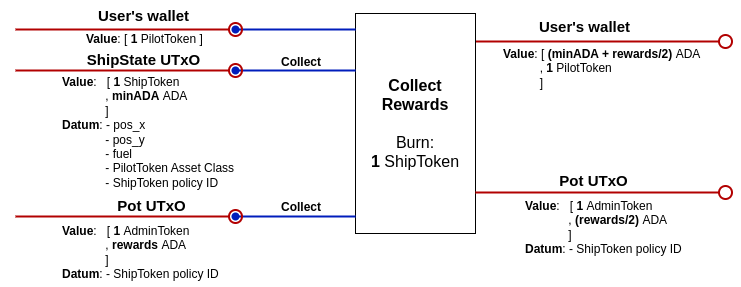
Before: mvp-design/img/collect.png, a diagram exported from draw.io (txpipe/asteria). Source tidied: cells renumbered, new cells last; positions are measured from the earlier drawing's top-left corner, leaving out a move shared by most shapes.
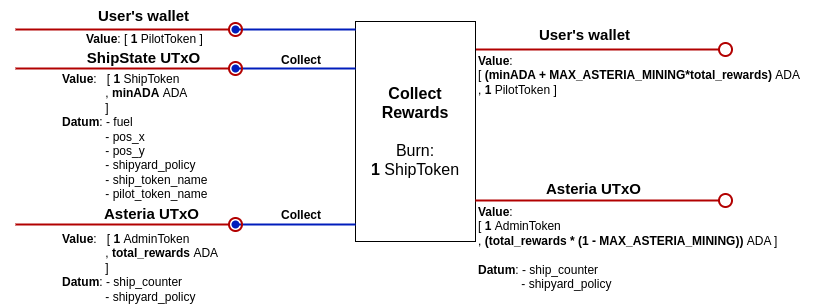
The same diagram one commit later.

Diff of the diagram source:
```diff
@@ -24,4 +24,4 @@
       <mxGeometry relative="1" as="geometry">
-        <mxPoint x="340" y="70" as="sourcePoint" />
-        <mxPoint x="220" y="70" as="targetPoint" />
+        <mxPoint x="340" y="60" as="sourcePoint" />
+        <mxPoint x="220" y="60" as="targetPoint" />
       </mxGeometry>
@@ -29,3 +29,3 @@
     <mxCell id="8" value="&lt;span style=&quot;font-size: 15px;&quot;&gt;&lt;b&gt;ShipState UTxO&lt;/b&gt;&lt;/span&gt;" style="text;html=1;align=center;verticalAlign=middle;strokeColor=none;fillColor=none;" parent="1" vertex="1">
-      <mxGeometry x="58" y="44" width="140" height="30" as="geometry" />
+      <mxGeometry x="58" y="34" width="140" height="30" as="geometry" />
     </mxCell>
@@ -33,11 +33,8 @@
       <mxGeometry relative="1" as="geometry">
-        <mxPoint y="70" as="sourcePoint" />
-        <mxPoint x="220" y="70" as="targetPoint" />
+        <mxPoint y="60" as="sourcePoint" />
+        <mxPoint x="220" y="60" as="targetPoint" />
       </mxGeometry>
     </mxCell>
-    <mxCell id="10" value="&lt;div style=&quot;caret-color: rgb(0, 0, 0); color: rgb(0, 0, 0); font-family: Helvetica; font-size: 12px; font-style: normal; font-variant-caps: normal; letter-spacing: normal; text-align: left; text-indent: 0px; text-transform: none; word-spacing: 0px; -webkit-text-stroke-width: 0px; text-decoration: none;&quot;&gt;&lt;span style=&quot;font-weight: 400;&quot;&gt;&lt;b&gt;Value&lt;/b&gt;: &amp;nbsp; [ &lt;/span&gt;&lt;b&gt;1&lt;/b&gt;&lt;span style=&quot;font-weight: 400;&quot;&gt;&amp;nbsp;Ship&lt;/span&gt;Token&lt;/div&gt;&lt;div style=&quot;caret-color: rgb(0, 0, 0); color: rgb(0, 0, 0); font-family: Helvetica; font-size: 12px; font-style: normal; font-variant-caps: normal; letter-spacing: normal; text-align: left; text-indent: 0px; text-transform: none; word-spacing: 0px; -webkit-text-stroke-width: 0px; text-decoration: none;&quot;&gt;&lt;span style=&quot;font-weight: 400;&quot;&gt;&lt;span style=&quot;white-space: pre;&quot;&gt;&#9;&lt;/span&gt;&amp;nbsp; &amp;nbsp; &amp;nbsp;, &lt;/span&gt;&lt;b&gt;minADA&lt;/b&gt;&amp;nbsp;ADA&lt;/div&gt;&lt;div style=&quot;caret-color: rgb(0, 0, 0); color: rgb(0, 0, 0); font-family: Helvetica; font-size: 12px; font-style: normal; font-variant-caps: normal; letter-spacing: normal; text-align: left; text-indent: 0px; text-transform: none; word-spacing: 0px; -webkit-text-stroke-width: 0px; text-decoration: none;&quot;&gt;&lt;span style=&quot;background-color: initial;&quot;&gt;&amp;nbsp; &amp;nbsp; &amp;nbsp; &amp;nbsp; &amp;nbsp; &amp;nbsp; &amp;nbsp;]&lt;/span&gt;&lt;/div&gt;&lt;div style=&quot;caret-color: rgb(0, 0, 0); color: rgb(0, 0, 0); font-family: Helvetica; font-size: 12px; font-style: normal; font-variant-caps: normal; letter-spacing: normal; text-align: left; text-indent: 0px; text-transform: none; word-spacing: 0px; -webkit-text-stroke-width: 0px; text-decoration: none;&quot;&gt;&lt;span style=&quot;background-color: initial;&quot;&gt;&lt;b&gt;Datum&lt;/b&gt;: - pos_x&lt;/span&gt;&lt;/div&gt;&lt;div style=&quot;caret-color: rgb(0, 0, 0); color: rgb(0, 0, 0); font-family: Helvetica; font-size: 12px; font-style: normal; font-variant-caps: normal; letter-spacing: normal; text-align: left; text-indent: 0px; text-transform: none; word-spacing: 0px; -webkit-text-stroke-width: 0px; text-decoration: none;&quot;&gt;&lt;span style=&quot;background-color: initial;&quot;&gt;&lt;span style=&quot;white-space: pre;&quot;&gt;&#9;&lt;/span&gt;&amp;nbsp; &amp;nbsp; &amp;nbsp;- pos_y&lt;br&gt;&lt;/span&gt;&lt;/div&gt;&lt;div style=&quot;caret-color: rgb(0, 0, 0); color: rgb(0, 0, 0); font-family: Helvetica; font-size: 12px; font-style: normal; font-variant-caps: normal; letter-spacing: normal; text-align: left; text-indent: 0px; text-transform: none; word-spacing: 0px; -webkit-text-stroke-width: 0px; text-decoration: none;&quot;&gt;&lt;span style=&quot;background-color: initial;&quot;&gt;&lt;span style=&quot;white-space: pre;&quot;&gt;&#9;&lt;/span&gt;&amp;nbsp; &amp;nbsp; &amp;nbsp;- fuel&lt;/span&gt;&lt;/div&gt;&lt;div style=&quot;caret-color: rgb(0, 0, 0); color: rgb(0, 0, 0); font-family: Helvetica; font-size: 12px; font-style: normal; font-variant-caps: normal; letter-spacing: normal; text-align: left; text-indent: 0px; text-transform: none; word-spacing: 0px; -webkit-text-stroke-width: 0px; text-decoration: none;&quot;&gt;&lt;span style=&quot;background-color: initial;&quot;&gt;&lt;span style=&quot;white-space: pre;&quot;&gt;&#9;&lt;/span&gt;&amp;nbsp; &amp;nbsp; &amp;nbsp;- PilotToken Asset Class&lt;/span&gt;&lt;/div&gt;&lt;div style=&quot;caret-color: rgb(0, 0, 0); color: rgb(0, 0, 0); font-family: Helvetica; font-size: 12px; font-style: normal; font-variant-caps: normal; letter-spacing: normal; text-align: left; text-indent: 0px; text-transform: none; word-spacing: 0px; -webkit-text-stroke-width: 0px; text-decoration: none;&quot;&gt;&lt;span style=&quot;background-color: initial;&quot;&gt;&amp;nbsp; &amp;nbsp; &amp;nbsp; &amp;nbsp; &amp;nbsp; &amp;nbsp; &amp;nbsp;&lt;/span&gt;&lt;span style=&quot;background-color: initial;&quot;&gt;- ShipToken policy ID&lt;/span&gt;&lt;/div&gt;" style="text;whiteSpace=wrap;html=1;fontSize=12;" parent="1" vertex="1">
-      <mxGeometry x="44.5" y="68" width="253.5" height="110" as="geometry" />
-    </mxCell>
-    <mxCell id="11" value="&lt;div style=&quot;caret-color: rgb(0, 0, 0); color: rgb(0, 0, 0); font-family: Helvetica; font-size: 12px; font-style: normal; font-variant-caps: normal; letter-spacing: normal; text-align: left; text-indent: 0px; text-transform: none; word-spacing: 0px; -webkit-text-stroke-width: 0px; text-decoration: none;&quot;&gt;&lt;div&gt;&lt;b&gt;Value&lt;/b&gt;: [ &lt;b&gt;(minADA + rewards/2) &lt;/b&gt;ADA&lt;/div&gt;&lt;div&gt;&lt;span style=&quot;background-color: initial;&quot;&gt;&lt;span style=&quot;white-space: pre;&quot;&gt;&#9;&lt;/span&gt;&amp;nbsp; &amp;nbsp;, &lt;b&gt;1 &lt;/b&gt;PilotToken&lt;/span&gt;&lt;/div&gt;&lt;div&gt;&lt;span style=&quot;background-color: initial;&quot;&gt;&amp;nbsp; &amp;nbsp; &amp;nbsp; &amp;nbsp; &amp;nbsp; &amp;nbsp;]&lt;/span&gt;&lt;/div&gt;&lt;/div&gt;" style="text;whiteSpace=wrap;html=1;fontSize=12;" parent="1" vertex="1">
-      <mxGeometry x="485.9" y="40" width="233.2" height="33" as="geometry" />
+    <mxCell id="11" value="&lt;div style=&quot;caret-color: rgb(0, 0, 0); color: rgb(0, 0, 0); font-family: Helvetica; font-size: 12px; font-style: normal; font-variant-caps: normal; letter-spacing: normal; text-indent: 0px; text-transform: none; word-spacing: 0px; -webkit-text-stroke-width: 0px; text-decoration: none;&quot;&gt;&lt;div style=&quot;&quot;&gt;&lt;b&gt;Value&lt;/b&gt;:&lt;/div&gt;&lt;div&gt;[ &lt;b&gt;(&lt;/b&gt;&lt;b style=&quot;background-color: initial;&quot;&gt;minADA + MAX_ASTERIA_MINING*total_rewards&lt;/b&gt;&lt;b style=&quot;background-color: initial;&quot;&gt;) &lt;/b&gt;&lt;span style=&quot;background-color: initial;&quot;&gt;ADA&lt;/span&gt;&lt;/div&gt;&lt;div style=&quot;&quot;&gt;&lt;span style=&quot;background-color: initial;&quot;&gt;, &lt;/span&gt;&lt;b style=&quot;background-color: initial;&quot;&gt;1 &lt;/b&gt;&lt;span style=&quot;background-color: initial;&quot;&gt;PilotToken&amp;nbsp;&lt;/span&gt;&lt;span style=&quot;background-color: initial;&quot;&gt;]&lt;/span&gt;&lt;/div&gt;&lt;/div&gt;" style="text;whiteSpace=wrap;html=1;fontSize=12;align=left;" parent="1" vertex="1">
+      <mxGeometry x="461" y="39" width="340" height="33" as="geometry" />
     </mxCell>
@@ -49,4 +46,4 @@
     </mxCell>
-    <mxCell id="13" value="&lt;span style=&quot;font-size: 15px;&quot;&gt;&lt;b&gt;Pot UTxO&lt;/b&gt;&lt;/span&gt;" style="text;html=1;align=center;verticalAlign=middle;strokeColor=none;fillColor=none;" parent="1" vertex="1">
-      <mxGeometry x="91.2" y="190" width="90" height="30" as="geometry" />
+    <mxCell id="13" value="&lt;span style=&quot;font-size: 15px;&quot;&gt;&lt;b&gt;Asteria UTxO&lt;/b&gt;&lt;/span&gt;" style="text;html=1;align=center;verticalAlign=middle;strokeColor=none;fillColor=none;" parent="1" vertex="1">
+      <mxGeometry x="76.2" y="190" width="120" height="30" as="geometry" />
     </mxCell>
@@ -67,9 +64,9 @@
     </mxCell>
-    <mxCell id="17" value="&lt;span style=&quot;font-size: 15px;&quot;&gt;&lt;b&gt;Pot UTxO&lt;/b&gt;&lt;/span&gt;" style="text;html=1;align=center;verticalAlign=middle;strokeColor=none;fillColor=none;" parent="1" vertex="1">
-      <mxGeometry x="533" y="165" width="90" height="30" as="geometry" />
+    <mxCell id="17" value="&lt;span style=&quot;font-size: 15px;&quot;&gt;&lt;b&gt;Asteria UTxO&lt;/b&gt;&lt;/span&gt;" style="text;html=1;align=center;verticalAlign=middle;strokeColor=none;fillColor=none;" parent="1" vertex="1">
+      <mxGeometry x="518" y="165" width="120" height="30" as="geometry" />
     </mxCell>
-    <mxCell id="18" value="&lt;div style=&quot;caret-color: rgb(0, 0, 0); color: rgb(0, 0, 0); font-family: Helvetica; font-size: 12px; font-style: normal; font-variant-caps: normal; letter-spacing: normal; text-align: left; text-indent: 0px; text-transform: none; word-spacing: 0px; -webkit-text-stroke-width: 0px; text-decoration: none;&quot;&gt;&lt;span style=&quot;font-weight: 400;&quot;&gt;&lt;b&gt;Value&lt;/b&gt;: &amp;nbsp; [ &lt;/span&gt;&lt;b&gt;1&lt;/b&gt;&lt;span style=&quot;font-weight: 400;&quot;&gt;&amp;nbsp;&lt;/span&gt;AdminToken&lt;br&gt;&lt;b&gt;&lt;/b&gt;&lt;span style=&quot;font-weight: 400;&quot;&gt;&amp;nbsp; &amp;nbsp; &amp;nbsp; &amp;nbsp; &amp;nbsp; &amp;nbsp; &amp;nbsp;,&amp;nbsp;&lt;/span&gt;&lt;b style=&quot;background-color: initial;&quot;&gt;(rewards/2)&amp;nbsp;&lt;/b&gt;&lt;span style=&quot;background-color: initial;&quot;&gt;ADA&lt;/span&gt;&lt;/div&gt;&lt;div style=&quot;caret-color: rgb(0, 0, 0); color: rgb(0, 0, 0); font-family: Helvetica; font-size: 12px; font-style: normal; font-variant-caps: normal; letter-spacing: normal; text-align: left; text-indent: 0px; text-transform: none; word-spacing: 0px; -webkit-text-stroke-width: 0px; text-decoration: none;&quot;&gt;&lt;span style=&quot;background-color: initial;&quot;&gt;&amp;nbsp; &amp;nbsp; &amp;nbsp; &amp;nbsp; &amp;nbsp; &amp;nbsp; &amp;nbsp;]&lt;/span&gt;&lt;/div&gt;&lt;div style=&quot;caret-color: rgb(0, 0, 0); color: rgb(0, 0, 0); font-family: Helvetica; font-size: 12px; font-style: normal; font-variant-caps: normal; letter-spacing: normal; text-align: left; text-indent: 0px; text-transform: none; word-spacing: 0px; -webkit-text-stroke-width: 0px; text-decoration: none;&quot;&gt;&lt;span style=&quot;background-color: initial;&quot;&gt;&lt;b&gt;Datum&lt;/b&gt;: &lt;/span&gt;&lt;span style=&quot;background-color: initial;&quot;&gt;- ShipToken policy ID&lt;/span&gt;&lt;/div&gt;" style="text;whiteSpace=wrap;html=1;fontSize=12;" parent="1" vertex="1">
-      <mxGeometry x="507.5" y="192" width="190" height="71" as="geometry" />
+    <mxCell id="18" value="&lt;div style=&quot;caret-color: rgb(0, 0, 0); color: rgb(0, 0, 0); font-family: Helvetica; font-size: 12px; font-style: normal; font-variant-caps: normal; letter-spacing: normal; text-align: left; text-indent: 0px; text-transform: none; word-spacing: 0px; -webkit-text-stroke-width: 0px; text-decoration: none;&quot;&gt;&lt;span style=&quot;font-weight: 400;&quot;&gt;&lt;b&gt;Value&lt;/b&gt;:&lt;/span&gt;&lt;/div&gt;&lt;div style=&quot;caret-color: rgb(0, 0, 0); color: rgb(0, 0, 0); font-family: Helvetica; font-size: 12px; font-style: normal; font-variant-caps: normal; letter-spacing: normal; text-align: left; text-indent: 0px; text-transform: none; word-spacing: 0px; -webkit-text-stroke-width: 0px; text-decoration: none;&quot;&gt;&lt;span style=&quot;background-color: initial;&quot;&gt;[ &lt;/span&gt;&lt;b style=&quot;background-color: initial;&quot;&gt;1&lt;/b&gt;&lt;span style=&quot;background-color: initial;&quot;&gt;&amp;nbsp;&lt;/span&gt;&lt;span style=&quot;background-color: initial;&quot;&gt;AdminToken&lt;/span&gt;&lt;/div&gt;&lt;div style=&quot;caret-color: rgb(0, 0, 0); color: rgb(0, 0, 0); font-family: Helvetica; font-size: 12px; font-style: normal; font-variant-caps: normal; letter-spacing: normal; text-align: left; text-indent: 0px; text-transform: none; word-spacing: 0px; -webkit-text-stroke-width: 0px; text-decoration: none;&quot;&gt;&lt;span style=&quot;font-weight: 400;&quot;&gt;,&amp;nbsp;&lt;/span&gt;&lt;b style=&quot;background-color: initial;&quot;&gt;(total_rewards * (1 - MAX_ASTERIA_MINING))&amp;nbsp;&lt;/b&gt;&lt;span style=&quot;background-color: initial;&quot;&gt;ADA ]&lt;/span&gt;&lt;/div&gt;&lt;div style=&quot;caret-color: rgb(0, 0, 0); color: rgb(0, 0, 0); font-family: Helvetica; font-size: 12px; font-style: normal; font-variant-caps: normal; letter-spacing: normal; text-align: left; text-indent: 0px; text-transform: none; word-spacing: 0px; -webkit-text-stroke-width: 0px; text-decoration: none;&quot;&gt;&lt;span style=&quot;background-color: initial;&quot;&gt;&lt;br&gt;&lt;/span&gt;&lt;/div&gt;&lt;div style=&quot;caret-color: rgb(0, 0, 0); color: rgb(0, 0, 0); font-family: Helvetica; font-size: 12px; font-style: normal; font-variant-caps: normal; letter-spacing: normal; text-align: left; text-indent: 0px; text-transform: none; word-spacing: 0px; -webkit-text-stroke-width: 0px; text-decoration: none;&quot;&gt;&lt;div&gt;&lt;span style=&quot;background-color: initial;&quot;&gt;&lt;b&gt;Datum&lt;/b&gt;: - ship_counter&lt;/span&gt;&lt;/div&gt;&lt;div&gt;&lt;span style=&quot;background-color: initial;&quot;&gt;&lt;span style=&quot;white-space: pre;&quot;&gt;&#9;&lt;/span&gt;&amp;nbsp; &amp;nbsp; &amp;nbsp;- shipyard_policy&lt;/span&gt;&lt;/div&gt;&lt;/div&gt;" style="text;whiteSpace=wrap;html=1;fontSize=12;" parent="1" vertex="1">
+      <mxGeometry x="461" y="190" width="360" height="71" as="geometry" />
     </mxCell>
-    <mxCell id="19" value="&lt;div style=&quot;caret-color: rgb(0, 0, 0); color: rgb(0, 0, 0); font-family: Helvetica; font-size: 12px; font-style: normal; font-variant-caps: normal; letter-spacing: normal; text-align: left; text-indent: 0px; text-transform: none; word-spacing: 0px; -webkit-text-stroke-width: 0px; text-decoration: none;&quot;&gt;&lt;span style=&quot;font-weight: 400;&quot;&gt;&lt;b&gt;Value&lt;/b&gt;: &amp;nbsp; [ &lt;/span&gt;&lt;b&gt;1&lt;/b&gt;&lt;span style=&quot;font-weight: 400;&quot;&gt;&amp;nbsp;&lt;/span&gt;AdminToken&lt;br&gt;&lt;b&gt;&lt;/b&gt;&lt;span style=&quot;font-weight: 400;&quot;&gt;&amp;nbsp; &amp;nbsp; &amp;nbsp; &amp;nbsp; &amp;nbsp; &amp;nbsp; &amp;nbsp;, &lt;/span&gt;&lt;b&gt;rewards&lt;/b&gt;&lt;b style=&quot;background-color: initial;&quot;&gt;&amp;nbsp;&lt;/b&gt;&lt;span style=&quot;background-color: initial;&quot;&gt;ADA&lt;/span&gt;&lt;/div&gt;&lt;div style=&quot;caret-color: rgb(0, 0, 0); color: rgb(0, 0, 0); font-family: Helvetica; font-size: 12px; font-style: normal; font-variant-caps: normal; letter-spacing: normal; text-align: left; text-indent: 0px; text-transform: none; word-spacing: 0px; -webkit-text-stroke-width: 0px; text-decoration: none;&quot;&gt;&lt;span style=&quot;background-color: initial;&quot;&gt;&amp;nbsp; &amp;nbsp; &amp;nbsp; &amp;nbsp; &amp;nbsp; &amp;nbsp; &amp;nbsp;]&lt;/span&gt;&lt;/div&gt;&lt;div style=&quot;caret-color: rgb(0, 0, 0); color: rgb(0, 0, 0); font-family: Helvetica; font-size: 12px; font-style: normal; font-variant-caps: normal; letter-spacing: normal; text-align: left; text-indent: 0px; text-transform: none; word-spacing: 0px; -webkit-text-stroke-width: 0px; text-decoration: none;&quot;&gt;&lt;span style=&quot;background-color: initial;&quot;&gt;&lt;b&gt;Datum&lt;/b&gt;: - ShipToken policy ID&lt;/span&gt;&lt;span style=&quot;background-color: initial;&quot;&gt;&amp;nbsp; &amp;nbsp; &amp;nbsp;&lt;/span&gt;&lt;/div&gt;" style="text;whiteSpace=wrap;html=1;fontSize=12;" parent="1" vertex="1">
+    <mxCell id="19" value="&lt;div style=&quot;caret-color: rgb(0, 0, 0); color: rgb(0, 0, 0); font-family: Helvetica; font-size: 12px; font-style: normal; font-variant-caps: normal; letter-spacing: normal; text-align: left; text-indent: 0px; text-transform: none; word-spacing: 0px; -webkit-text-stroke-width: 0px; text-decoration: none;&quot;&gt;&lt;span style=&quot;font-weight: 400;&quot;&gt;&lt;b&gt;Value&lt;/b&gt;: &amp;nbsp; [ &lt;/span&gt;&lt;b&gt;1&lt;/b&gt;&lt;span style=&quot;font-weight: 400;&quot;&gt;&amp;nbsp;&lt;/span&gt;AdminToken&lt;br&gt;&lt;b&gt;&lt;/b&gt;&lt;span style=&quot;font-weight: 400;&quot;&gt;&amp;nbsp; &amp;nbsp; &amp;nbsp; &amp;nbsp; &amp;nbsp; &amp;nbsp; &amp;nbsp;, &lt;/span&gt;&lt;b&gt;total_rewards&lt;/b&gt;&lt;b style=&quot;background-color: initial;&quot;&gt;&amp;nbsp;&lt;/b&gt;&lt;span style=&quot;background-color: initial;&quot;&gt;ADA&lt;/span&gt;&lt;/div&gt;&lt;div style=&quot;caret-color: rgb(0, 0, 0); color: rgb(0, 0, 0); font-family: Helvetica; font-size: 12px; font-style: normal; font-variant-caps: normal; letter-spacing: normal; text-align: left; text-indent: 0px; text-transform: none; word-spacing: 0px; -webkit-text-stroke-width: 0px; text-decoration: none;&quot;&gt;&lt;span style=&quot;background-color: initial;&quot;&gt;&amp;nbsp; &amp;nbsp; &amp;nbsp; &amp;nbsp; &amp;nbsp; &amp;nbsp; &amp;nbsp;]&lt;/span&gt;&lt;/div&gt;&lt;div style=&quot;caret-color: rgb(0, 0, 0); color: rgb(0, 0, 0); font-family: Helvetica; font-size: 12px; font-style: normal; font-variant-caps: normal; letter-spacing: normal; text-align: left; text-indent: 0px; text-transform: none; word-spacing: 0px; -webkit-text-stroke-width: 0px; text-decoration: none;&quot;&gt;&lt;span style=&quot;background-color: initial;&quot;&gt;&lt;b&gt;Datum&lt;/b&gt;: - ship_counter&lt;/span&gt;&lt;/div&gt;&lt;div style=&quot;caret-color: rgb(0, 0, 0); color: rgb(0, 0, 0); font-family: Helvetica; font-size: 12px; font-style: normal; font-variant-caps: normal; letter-spacing: normal; text-align: left; text-indent: 0px; text-transform: none; word-spacing: 0px; -webkit-text-stroke-width: 0px; text-decoration: none;&quot;&gt;&lt;span style=&quot;background-color: initial;&quot;&gt;&lt;span style=&quot;white-space: pre;&quot;&gt;&#9;&lt;/span&gt;&amp;nbsp; &amp;nbsp; &amp;nbsp;- shipyard_policy&lt;br&gt;&lt;/span&gt;&lt;/div&gt;" style="text;whiteSpace=wrap;html=1;fontSize=12;" parent="1" vertex="1">
       <mxGeometry x="44.5" y="217" width="183.5" height="70" as="geometry" />
@@ -77,3 +74,3 @@
     <mxCell id="20" value="&lt;b&gt;Collect&lt;/b&gt;" style="text;html=1;strokeColor=none;fillColor=none;align=center;verticalAlign=middle;whiteSpace=wrap;rounded=0;" parent="1" vertex="1">
-      <mxGeometry x="234" y="47" width="104" height="30" as="geometry" />
+      <mxGeometry x="234" y="37" width="104" height="30" as="geometry" />
     </mxCell>
@@ -81,4 +78,4 @@
       <mxGeometry relative="1" as="geometry">
-        <mxPoint x="340" y="29" as="sourcePoint" />
-        <mxPoint x="220" y="29" as="targetPoint" />
+        <mxPoint x="340" y="21" as="sourcePoint" />
+        <mxPoint x="220" y="21" as="targetPoint" />
       </mxGeometry>
@@ -86,3 +83,3 @@
     <mxCell id="22" value="&lt;b&gt;&lt;font style=&quot;font-size: 15px;&quot;&gt;User's wallet&lt;/font&gt;&lt;/b&gt;" style="text;html=1;align=center;verticalAlign=middle;strokeColor=none;fillColor=none;" parent="1" vertex="1">
-      <mxGeometry x="73" width="110" height="30" as="geometry" />
+      <mxGeometry x="73" y="-8" width="110" height="30" as="geometry" />
     </mxCell>
@@ -90,4 +87,4 @@
       <mxGeometry relative="1" as="geometry">
-        <mxPoint y="29" as="sourcePoint" />
-        <mxPoint x="220" y="29" as="targetPoint" />
+        <mxPoint y="21" as="sourcePoint" />
+        <mxPoint x="220" y="21" as="targetPoint" />
       </mxGeometry>
@@ -95,4 +92,7 @@
     <mxCell id="24" value="&lt;div style=&quot;caret-color: rgb(0, 0, 0); color: rgb(0, 0, 0); font-family: Helvetica; font-size: 12px; font-style: normal; font-variant-caps: normal; letter-spacing: normal; text-align: left; text-indent: 0px; text-transform: none; word-spacing: 0px; -webkit-text-stroke-width: 0px; text-decoration: none;&quot;&gt;&lt;div&gt;&lt;b&gt;Value&lt;/b&gt;: [&amp;nbsp;&lt;b style=&quot;background-color: initial;&quot;&gt;1&lt;/b&gt;&lt;span style=&quot;background-color: initial;&quot;&gt;&amp;nbsp;PilotToken&amp;nbsp;&lt;/span&gt;&lt;span style=&quot;background-color: initial;&quot;&gt;]&lt;/span&gt;&lt;/div&gt;&lt;/div&gt;" style="text;whiteSpace=wrap;html=1;fontSize=12;" parent="1" vertex="1">
-      <mxGeometry x="68.5" y="25" width="149.5" height="33" as="geometry" />
+      <mxGeometry x="68.5" y="17" width="149.5" height="33" as="geometry" />
     </mxCell>
+    <mxCell id="25" value="&lt;div style=&quot;caret-color: rgb(0, 0, 0); color: rgb(0, 0, 0); font-family: Helvetica; font-size: 12px; font-style: normal; font-variant-caps: normal; letter-spacing: normal; text-align: left; text-indent: 0px; text-transform: none; word-spacing: 0px; -webkit-text-stroke-width: 0px; text-decoration: none;&quot;&gt;&lt;span style=&quot;font-weight: 400;&quot;&gt;&lt;b&gt;Value&lt;/b&gt;: &amp;nbsp; [ &lt;/span&gt;&lt;b&gt;1&lt;/b&gt;&lt;span style=&quot;font-weight: 400;&quot;&gt;&amp;nbsp;Ship&lt;/span&gt;Token&lt;br&gt;&lt;b&gt;&lt;/b&gt;&lt;span style=&quot;font-weight: 400;&quot;&gt;&amp;nbsp; &amp;nbsp; &amp;nbsp; &amp;nbsp; &amp;nbsp; &amp;nbsp; &amp;nbsp;, &lt;/span&gt;&lt;b&gt;minADA&lt;/b&gt;&amp;nbsp;ADA&lt;/div&gt;&lt;div style=&quot;caret-color: rgb(0, 0, 0); color: rgb(0, 0, 0); font-family: Helvetica; font-size: 12px; font-style: normal; font-variant-caps: normal; letter-spacing: normal; text-align: left; text-indent: 0px; text-transform: none; word-spacing: 0px; -webkit-text-stroke-width: 0px; text-decoration: none;&quot;&gt;&lt;span style=&quot;background-color: initial;&quot;&gt;&amp;nbsp; &amp;nbsp; &amp;nbsp; &amp;nbsp; &amp;nbsp; &amp;nbsp; &amp;nbsp;]&lt;/span&gt;&lt;/div&gt;&lt;div style=&quot;caret-color: rgb(0, 0, 0); color: rgb(0, 0, 0); font-family: Helvetica; font-size: 12px; font-style: normal; font-variant-caps: normal; letter-spacing: normal; text-align: left; text-indent: 0px; text-transform: none; word-spacing: 0px; -webkit-text-stroke-width: 0px; text-decoration: none;&quot;&gt;&lt;span style=&quot;background-color: initial;&quot;&gt;&lt;b&gt;Datum&lt;/b&gt;: - fuel&lt;/span&gt;&lt;/div&gt;&lt;div style=&quot;caret-color: rgb(0, 0, 0); color: rgb(0, 0, 0); font-family: Helvetica; font-size: 12px; font-style: normal; font-variant-caps: normal; letter-spacing: normal; text-align: left; text-indent: 0px; text-transform: none; word-spacing: 0px; -webkit-text-stroke-width: 0px; text-decoration: none;&quot;&gt;&lt;span style=&quot;background-color: initial;&quot;&gt;&lt;span style=&quot;white-space: pre;&quot;&gt;&#9;&lt;/span&gt;&amp;nbsp; &amp;nbsp; &amp;nbsp;- pos_x&lt;/span&gt;&lt;/div&gt;&lt;div style=&quot;caret-color: rgb(0, 0, 0); color: rgb(0, 0, 0); font-family: Helvetica; font-size: 12px; font-style: normal; font-variant-caps: normal; letter-spacing: normal; text-align: left; text-indent: 0px; text-transform: none; word-spacing: 0px; -webkit-text-stroke-width: 0px; text-decoration: none;&quot;&gt;&lt;span style=&quot;background-color: initial;&quot;&gt;&lt;span style=&quot;white-space: pre;&quot;&gt;&#9;&lt;/span&gt;&amp;nbsp; &amp;nbsp; &amp;nbsp;- pos_y&lt;/span&gt;&lt;/div&gt;&lt;div style=&quot;caret-color: rgb(0, 0, 0); color: rgb(0, 0, 0); font-family: Helvetica; font-size: 12px; font-style: normal; font-variant-caps: normal; letter-spacing: normal; text-align: left; text-indent: 0px; text-transform: none; word-spacing: 0px; -webkit-text-stroke-width: 0px; text-decoration: none;&quot;&gt;&lt;span style=&quot;background-color: initial;&quot;&gt;&amp;nbsp; &amp;nbsp; &amp;nbsp; &amp;nbsp; &amp;nbsp; &amp;nbsp; &amp;nbsp;- shipyard_policy&lt;/span&gt;&lt;/div&gt;&lt;div style=&quot;caret-color: rgb(0, 0, 0); color: rgb(0, 0, 0); font-family: Helvetica; font-size: 12px; font-style: normal; font-variant-caps: normal; letter-spacing: normal; text-align: left; text-indent: 0px; text-transform: none; word-spacing: 0px; -webkit-text-stroke-width: 0px; text-decoration: none;&quot;&gt;&lt;span style=&quot;background-color: initial;&quot;&gt;&lt;span style=&quot;white-space: pre;&quot;&gt;&#9;&lt;/span&gt;&amp;nbsp; &amp;nbsp; &amp;nbsp;- ship_token_name&lt;br&gt;&lt;/span&gt;&lt;/div&gt;&lt;div style=&quot;caret-color: rgb(0, 0, 0); color: rgb(0, 0, 0); font-family: Helvetica; font-size: 12px; font-style: normal; font-variant-caps: normal; letter-spacing: normal; text-align: left; text-indent: 0px; text-transform: none; word-spacing: 0px; -webkit-text-stroke-width: 0px; text-decoration: none;&quot;&gt;&lt;span style=&quot;background-color: initial;&quot;&gt;&lt;span style=&quot;white-space: pre;&quot;&gt;&#9;&lt;/span&gt;&amp;nbsp; &amp;nbsp; &amp;nbsp;- pilot_token_name&lt;br&gt;&lt;/span&gt;&lt;/div&gt;" style="text;whiteSpace=wrap;html=1;fontSize=12;" parent="1" vertex="1">
+      <mxGeometry x="44.5" y="57" width="239.5" height="110" as="geometry" />
+    </mxCell>
   </root>
```
